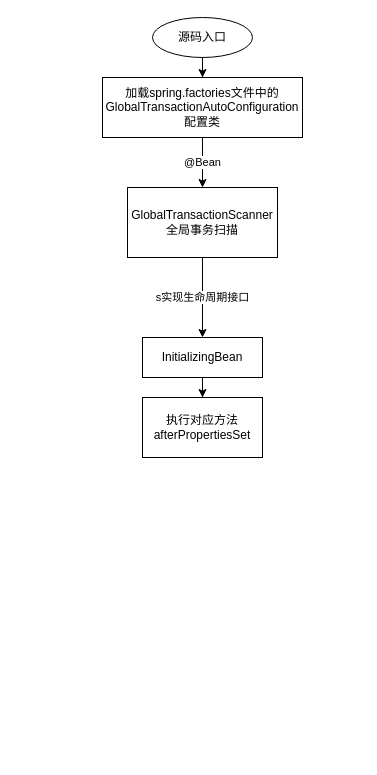
Above: Untitled Diagram.drawio in linbingxing/mind (draw.io), before the change. Source tidied: cells renumbered, new cells numbered last; positions are measured from the earlier drawing's top-left corner, leaving out a move shared by most shapes. Both pictures are drawn from the tidied source at 100%, with x=0, y=0 at pixel (102, 17).
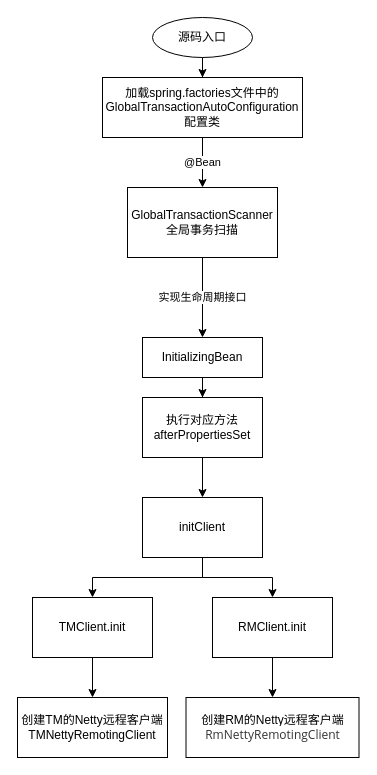
Above is the later version.

The change refers to these unchanged cells:
```xml
<mxCell id="7" value="GlobalTransactionScanner全局事务扫描" style="whiteSpace=wrap;html=1;" parent="1" vertex="1">
  <mxGeometry x="25" y="170" width="150" height="70" as="geometry" />
</mxCell>
<mxCell id="9" value="InitializingBean" style="whiteSpace=wrap;html=1;" parent="1" vertex="1">
  <mxGeometry x="40" y="320" width="120" height="40" as="geometry" />
</mxCell>
<mxCell id="10" value="执行对应方法&lt;br&gt;afterPropertiesSet" style="whiteSpace=wrap;html=1;" parent="1" vertex="1">
  <mxGeometry x="40" y="380" width="120" height="60" as="geometry" />
</mxCell>
```

What changed in the source:
```diff
@@
-    <mxCell id="6" value="s实现生命周期接口" style="edgeStyle=orthogonalEdgeStyle;rounded=0;jettySize=auto;html=1;" parent="1" edge="1" source="7" target="9">
+    <mxCell id="6" value="实现生命周期接口" style="edgeStyle=orthogonalEdgeStyle;rounded=0;jettySize=auto;html=1;" parent="1" edge="1" source="7" target="9">
       <mxGeometry relative="1" as="geometry" />
     </mxCell>
@@
+    <mxCell id="11" style="edgeStyle=orthogonalEdgeStyle;rounded=0;jettySize=auto;html=1;" parent="1" edge="1" source="10" target="14">
+      <mxGeometry relative="1" as="geometry" />
+    </mxCell>
@@
+    <mxCell id="12" style="edgeStyle=orthogonalEdgeStyle;rounded=0;jettySize=auto;html=1;" parent="1" edge="1" source="14" target="16">
+      <mxGeometry relative="1" as="geometry" />
+    </mxCell>
+    <mxCell id="13" style="edgeStyle=orthogonalEdgeStyle;rounded=0;jettySize=auto;html=1;" parent="1" edge="1" source="14" target="18">
+      <mxGeometry relative="1" as="geometry" />
+    </mxCell>
+    <mxCell id="14" value="initClient" style="whiteSpace=wrap;html=1;" parent="1" vertex="1">
+      <mxGeometry x="40" y="480" width="120" height="60" as="geometry" />
+    </mxCell>
+    <mxCell id="15" style="edgeStyle=orthogonalEdgeStyle;rounded=0;jettySize=auto;html=1;" parent="1" edge="1" source="16" target="20">
+      <mxGeometry relative="1" as="geometry" />
+    </mxCell>
+    <mxCell id="16" value="RMClient.init" style="whiteSpace=wrap;html=1;" parent="1" vertex="1">
+      <mxGeometry x="110" y="580" width="120" height="60" as="geometry" />
+    </mxCell>
+    <mxCell id="17" style="edgeStyle=orthogonalEdgeStyle;rounded=0;jettySize=auto;html=1;" parent="1" edge="1" source="18" target="19">
+      <mxGeometry relative="1" as="geometry" />
+    </mxCell>
+    <mxCell id="18" value="TMClient.init" style="whiteSpace=wrap;html=1;" parent="1" vertex="1">
+      <mxGeometry x="-70" y="580" width="120" height="60" as="geometry" />
+    </mxCell>
+    <mxCell id="19" value="创建TM的Netty远程客户端&lt;br&gt;TMNettyRemotingClient&lt;br&gt;" style="whiteSpace=wrap;html=1;" parent="1" vertex="1">
+      <mxGeometry x="-85" y="680" width="150" height="60" as="geometry" />
+    </mxCell>
+    <mxCell id="20" value="&lt;font style=&quot;font-size: 12px&quot;&gt;创建RM的Netty远程客户端&lt;br&gt;&lt;span style=&quot;color: rgb(51 , 51 , 51) ; font-family: &amp;#34;open sans&amp;#34; , &amp;#34;clear sans&amp;#34; , &amp;#34;helvetica neue&amp;#34; , &amp;#34;helvetica&amp;#34; , &amp;#34;arial&amp;#34; , sans-serif ; background-color: rgb(255 , 255 , 255)&quot;&gt;RmNettyRemotingClient&lt;/span&gt;&lt;/font&gt;" style="whiteSpace=wrap;html=1;" parent="1" vertex="1">
+      <mxGeometry x="83.5" y="680" width="173" height="60" as="geometry" />
+    </mxCell>
```
